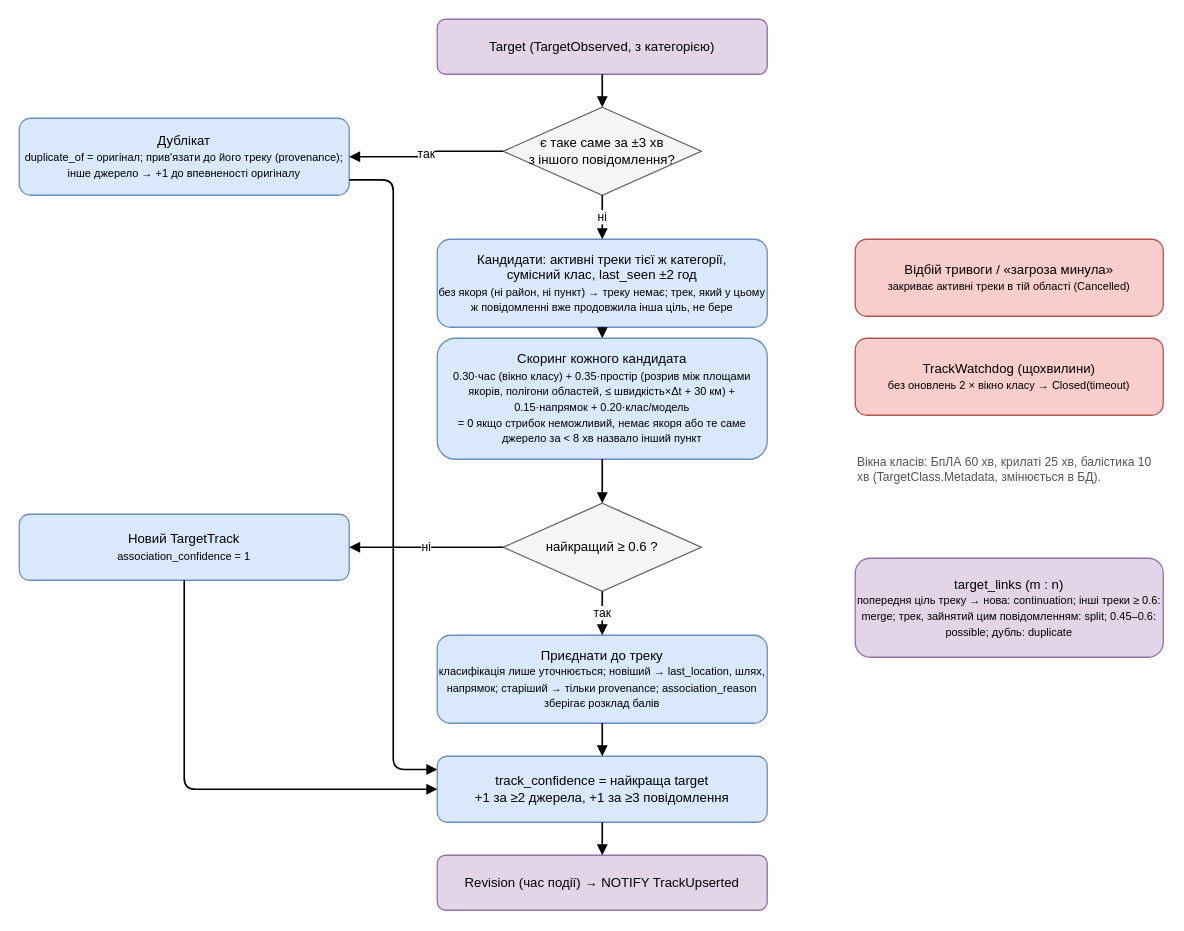
Above: docs/diagrams/04-correlation.drawio in sql-monk/Puluj (draw.io), before the change. Source tidied: cells renumbered, new cells numbered last; positions are measured from the earlier drawing's top-left corner, leaving out a move shared by most shapes. Both pictures are drawn from the tidied source at 110%, with x=0, y=0 at pixel (19, 19).
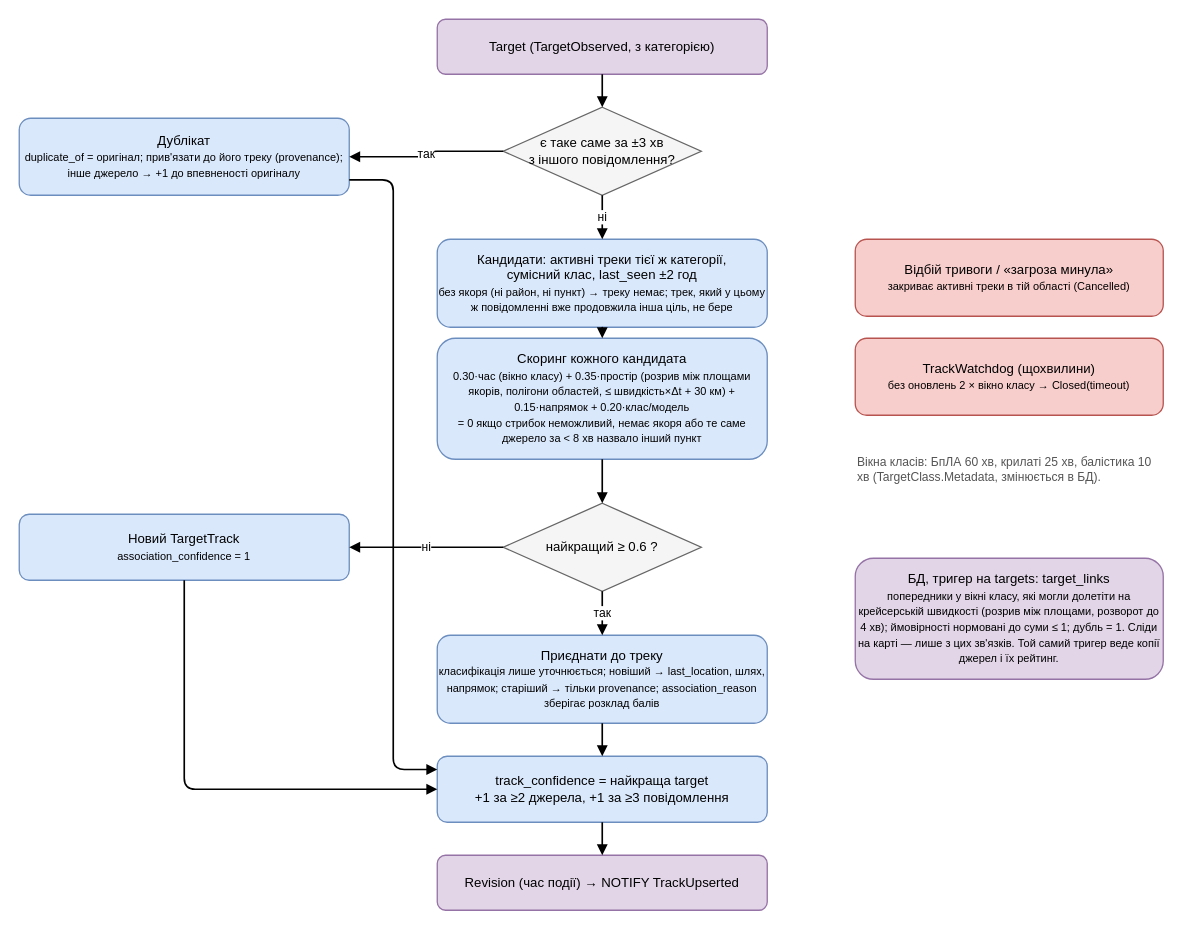
Above is the later version.

Change to the diagram source:
```diff
@@
-    <mxCell id="12" value="target_links (m : n)&lt;br&gt;&lt;font style='font-size:10px'&gt;попередня ціль треку → нова: continuation; інші треки ≥ 0.6: merge; трек, зайнятий цим повідомленням: split; 0.45–0.6: possible; дубль: duplicate&lt;/font&gt;" style="rounded=1;whiteSpace=wrap;html=1;fontSize=12;strokeWidth=1.2;fillColor=#e1d5e7;strokeColor=#9673a6;" parent="1" vertex="1">
-      <mxGeometry x="760" y="490" width="280" height="90" as="geometry" />
+    <mxCell id="12" value="БД, тригер на targets: target_links&lt;br&gt;&lt;font style='font-size:10px'&gt;попередники у вікні класу, які могли долетіти на крейсерській швидкості (розрив між площами, розворот до 4 хв); ймовірності нормовані до суми ≤ 1; дубль = 1. Сліди на карті — лише з цих зв'язків. Той самий тригер веде копії джерел і їх рейтинг.&lt;/font&gt;" style="rounded=1;whiteSpace=wrap;html=1;fontSize=12;strokeWidth=1.2;fillColor=#e1d5e7;strokeColor=#9673a6;" parent="1" vertex="1">
+      <mxGeometry x="760" y="490" width="280" height="110" as="geometry" />
     </mxCell>
```
